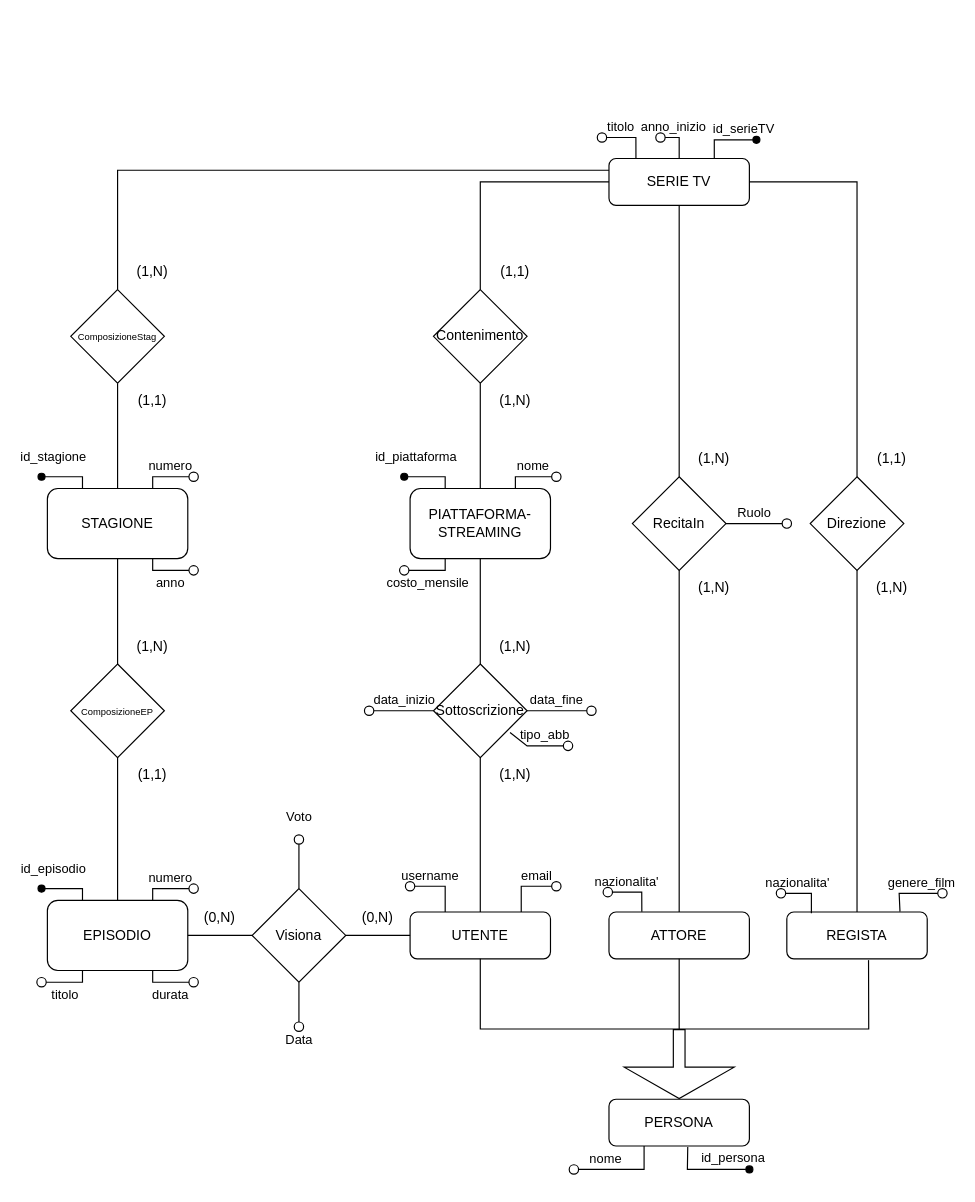
Before: progetto-basi25 (1).drawio in unrealyozora/ProgettoBasi, a draw.io diagram. Source tidied: cells renumbered, new cells numbered last; positions are measured from the earlier drawing's top-left corner, leaving out a move shared by most shapes. Both pictures are drawn from the tidied source at 117%, with x=0, y=0 at pixel (41, 137).
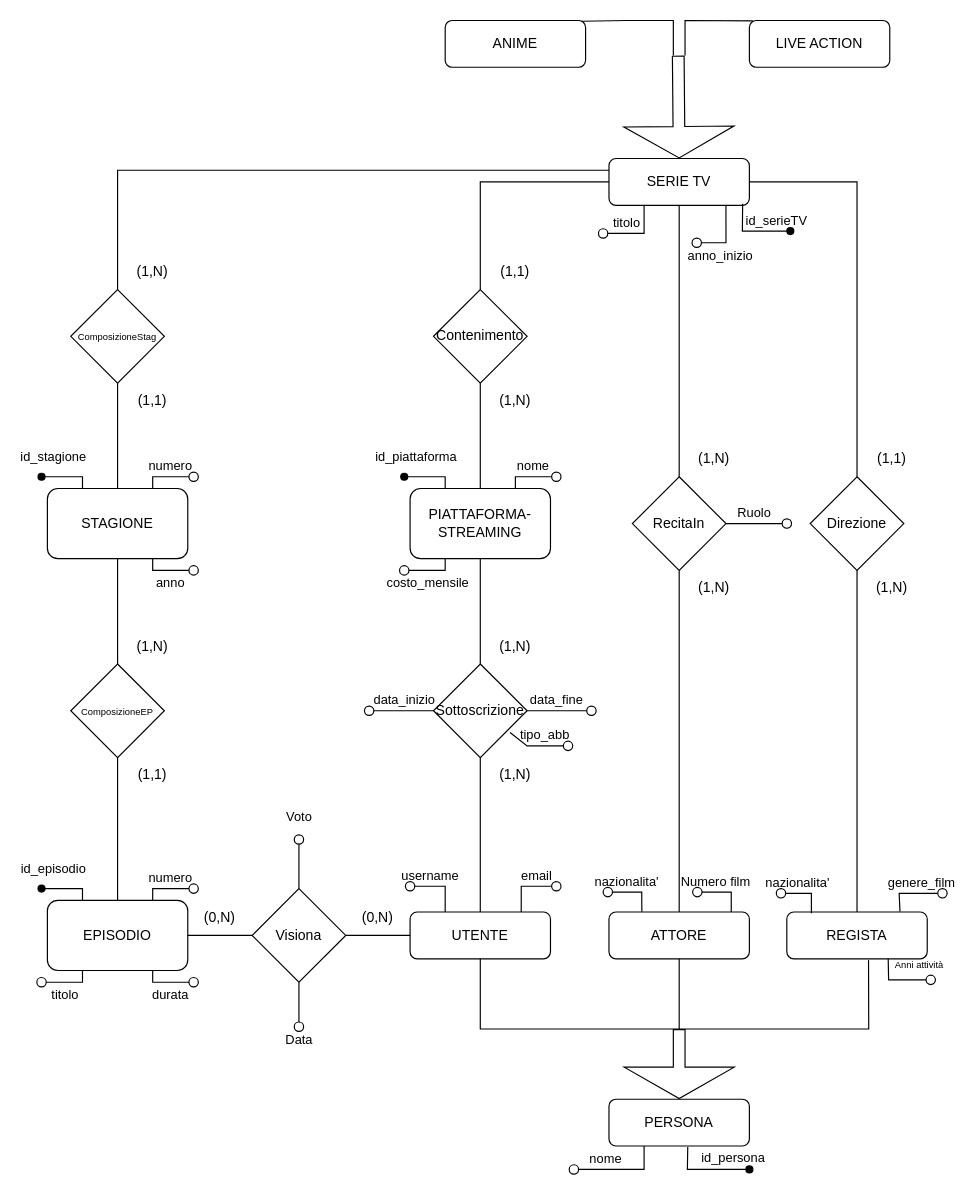
After the change.

Unchanged cells that the change refers to:
```xml
<mxCell id="3" value="REGISTA" style="rounded=1;whiteSpace=wrap;html=1;fontSize=12;glass=0;strokeWidth=1;shadow=0;labelBackgroundColor=none;" parent="1" vertex="1">
  <mxGeometry x="637" y="662" width="120" height="40" as="geometry" />
</mxCell>
<mxCell id="17" value="SERIE TV" style="rounded=1;whiteSpace=wrap;html=1;fontSize=12;glass=0;strokeWidth=1;shadow=0;labelBackgroundColor=none;" parent="1" vertex="1">
  <mxGeometry x="485" y="18" width="120" height="40" as="geometry" />
</mxCell>
```

Change to the diagram source:
```diff
@@
-    <mxCell id="18" value="titolo" style="html=1;verticalAlign=bottom;labelBackgroundColor=none;endArrow=oval;endFill=0;endSize=8;rounded=0;exitX=0.192;exitY=0.007;exitDx=0;exitDy=0;fontColor=default;exitPerimeter=0;" parent="1" edge="1" source="17">
+    <mxCell id="18" value="titolo" style="html=1;verticalAlign=bottom;labelBackgroundColor=none;endArrow=oval;endFill=0;endSize=8;rounded=0;exitX=0.25;exitY=1;exitDx=0;exitDy=0;fontColor=default;" parent="1" edge="1" source="17">
       <mxGeometry x="0.33" relative="1" as="geometry">
-        <mxPoint x="479" as="targetPoint" />
+        <mxPoint x="480" y="82" as="targetPoint" />
         <Array as="points">
-          <mxPoint x="508" />
+          <mxPoint x="515" y="82" />
         </Array>
       </mxGeometry>
     </mxCell>
-    <mxCell id="19" value="anno_inizio" style="html=1;verticalAlign=bottom;labelBackgroundColor=none;endArrow=oval;endFill=0;endSize=8;rounded=0;exitX=0.5;exitY=0;exitDx=0;exitDy=0;fontColor=default;" parent="1" edge="1" source="17">
-      <mxGeometry x="0.33" relative="1" as="geometry">
-        <mxPoint x="529" as="targetPoint" />
+    <mxCell id="19" value="anno_inizio" style="html=1;verticalAlign=bottom;labelBackgroundColor=none;endArrow=oval;endFill=0;endSize=8;rounded=0;exitX=0.833;exitY=1.008;exitDx=0;exitDy=0;fontColor=default;exitPerimeter=0;" parent="1" edge="1" source="17">
+      <mxGeometry x="0.29" y="20" relative="1" as="geometry">
+        <mxPoint x="560" y="90" as="targetPoint" />
         <Array as="points">
-          <mxPoint x="545" />
+          <mxPoint x="585" y="90" />
         </Array>
       </mxGeometry>
     </mxCell>
-    <mxCell id="20" value="id_serieTV" style="endArrow=none;html=1;rounded=0;align=center;verticalAlign=top;endFill=0;labelBackgroundColor=none;endSize=6;startArrow=oval;startFill=1;entryX=0.75;entryY=0;entryDx=0;entryDy=0;" parent="1" edge="1" target="17">
-      <mxGeometry x="-0.58" y="-22" relative="1" as="geometry">
-        <mxPoint x="611" y="2" as="sourcePoint" />
+    <mxCell id="20" value="id_serieTV" style="endArrow=none;html=1;rounded=0;align=center;verticalAlign=top;endFill=0;labelBackgroundColor=none;endSize=6;startArrow=oval;startFill=1;entryX=0.952;entryY=0.968;entryDx=0;entryDy=0;entryPerimeter=0;" parent="1" edge="1" target="17">
+      <mxGeometry x="-0.63" y="-22" relative="1" as="geometry">
+        <mxPoint x="640" y="80" as="sourcePoint" />
         <Array as="points">
-          <mxPoint x="575" y="2" />
+          <mxPoint x="599" y="80" />
         </Array>
       </mxGeometry>
     </mxCell>
@@
+    <mxCell id="75" value="&lt;font style=&quot;font-size: 8px;&quot;&gt;Anni attività&lt;/font&gt;" style="html=1;verticalAlign=bottom;labelBackgroundColor=none;endArrow=oval;endFill=0;endSize=8;rounded=0;exitX=0.722;exitY=1;exitDx=0;exitDy=0;fontColor=default;exitPerimeter=0;" parent="1" edge="1" source="3">
+      <mxGeometry x="0.63" y="5" relative="1" as="geometry">
+        <mxPoint x="760" y="720" as="targetPoint" />
+        <Array as="points">
+          <mxPoint x="724" y="720" />
+        </Array>
+      </mxGeometry>
+    </mxCell>
+    <mxCell id="76" value="Numero film" style="html=1;verticalAlign=bottom;labelBackgroundColor=none;endArrow=oval;endFill=0;endSize=8;rounded=0;exitX=0.234;exitY=-0.008;exitDx=0;exitDy=0;fontColor=default;exitPerimeter=0;" parent="1" edge="1">
+      <mxGeometry x="0.33" relative="1" as="geometry">
+        <mxPoint x="589.5" y="662" as="sourcePoint" />
+        <mxPoint x="560.5" y="645" as="targetPoint" />
+        <Array as="points">
+          <mxPoint x="589.5" y="645" />
+        </Array>
+      </mxGeometry>
+    </mxCell>
+    <mxCell id="77" value="ANIME" style="rounded=1;whiteSpace=wrap;html=1;fontSize=12;glass=0;strokeWidth=1;shadow=0;labelBackgroundColor=none;" parent="1" vertex="1">
+      <mxGeometry x="345" y="-100" width="120" height="40" as="geometry" />
+    </mxCell>
+    <mxCell id="78" value="LIVE ACTION" style="rounded=1;whiteSpace=wrap;html=1;fontSize=12;glass=0;strokeWidth=1;shadow=0;labelBackgroundColor=none;" parent="1" vertex="1">
+      <mxGeometry x="605" y="-100" width="120" height="40" as="geometry" />
+    </mxCell>
+    <mxCell id="79" style="shape=flexArrow;endArrow=classic;html=1;rounded=0;endWidth=83;endSize=8.62;entryX=0.5;entryY=0;entryDx=0;entryDy=0;labelBackgroundColor=none;fontColor=default;" parent="1" edge="1" target="17">
+      <mxGeometry relative="1" as="geometry">
+        <mxPoint x="544.2" y="-70" as="sourcePoint" />
+      </mxGeometry>
+    </mxCell>
+    <mxCell id="80" style="endArrow=none;html=1;rounded=0;entryX=0.972;entryY=0.017;entryDx=0;entryDy=0;labelBackgroundColor=none;fontColor=default;entryPerimeter=0;" parent="1" edge="1" target="77">
+      <mxGeometry relative="1" as="geometry">
+        <mxPoint x="540" y="-70" as="sourcePoint" />
+        <Array as="points">
+          <mxPoint x="540" y="-100" />
+          <mxPoint x="500" y="-100" />
+        </Array>
+      </mxGeometry>
+    </mxCell>
+    <mxCell id="81" style="endArrow=none;html=1;rounded=0;entryX=0.025;entryY=0.008;entryDx=0;entryDy=0;labelBackgroundColor=none;fontColor=default;entryPerimeter=0;" parent="1" edge="1" target="78">
+      <mxGeometry relative="1" as="geometry">
+        <mxPoint x="550" y="-70" as="sourcePoint" />
+        <Array as="points">
+          <mxPoint x="550" y="-100" />
+        </Array>
+      </mxGeometry>
+    </mxCell>
```
